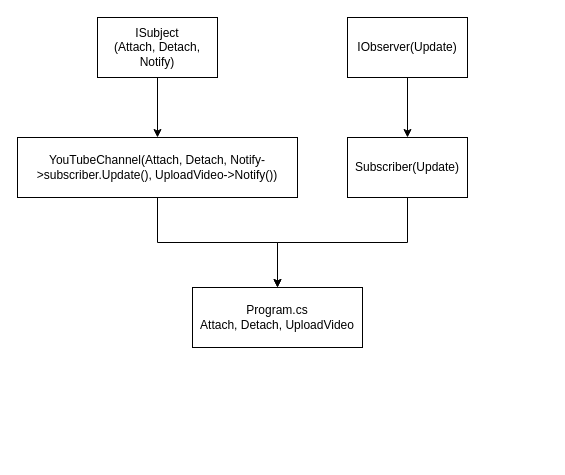
Earlier version of the draw.io diagram 2026/January/VUCA_Aggregation/Untitled Diagram.drawio (sbindgithub/dev-journal). Source tidied: cells renumbered, new cells numbered last; positions are measured from the earlier drawing's top-left corner, leaving out a move shared by most shapes. Both pictures are drawn from the tidied source at 100%, with x=0, y=0 at pixel (17, 17).
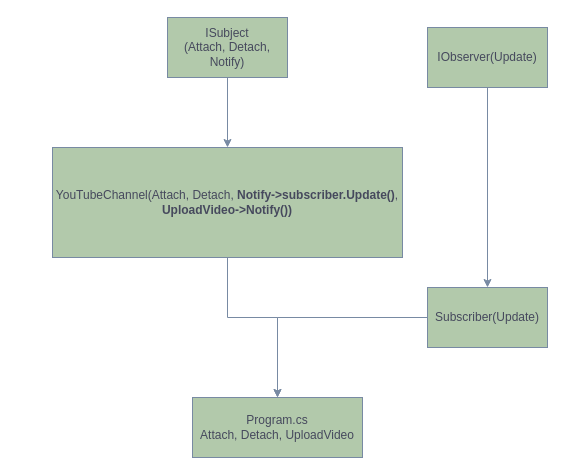
After the change.

Diff of the diagram source:
```diff
@@
 <mxGraphModel>
   <root>
     <mxCell id="0" />
     <mxCell id="1" parent="0" />
-    <mxCell id="2" style="edgeStyle=orthogonalEdgeStyle;rounded=0;jettySize=auto;html=1;" parent="1" edge="1" source="3" target="9">
+    <mxCell id="2" style="edgeStyle=orthogonalEdgeStyle;rounded=0;jettySize=auto;html=1;labelBackgroundColor=none;strokeColor=#788AA3;fontColor=default;" parent="1" edge="1" source="3" target="9">
       <mxGeometry relative="1" as="geometry" />
     </mxCell>
-    <mxCell id="3" value="ISubject&lt;div&gt;(Attach, Detach, Notify)&lt;/div&gt;" style="rounded=0;whiteSpace=wrap;html=1;" parent="1" vertex="1">
-      <mxGeometry x="80" width="120" height="60" as="geometry" />
+    <mxCell id="3" value="ISubject&lt;div&gt;(Attach, Detach, Notify)&lt;/div&gt;" style="rounded=0;whiteSpace=wrap;html=1;labelBackgroundColor=none;fillColor=#B2C9AB;strokeColor=#788AA3;fontColor=#46495D;" parent="1" vertex="1">
+      <mxGeometry x="150" width="120" height="60" as="geometry" />
     </mxCell>
-    <mxCell id="4" style="edgeStyle=orthogonalEdgeStyle;rounded=0;jettySize=auto;html=1;" parent="1" edge="1" source="5" target="7">
+    <mxCell id="4" style="edgeStyle=orthogonalEdgeStyle;rounded=0;jettySize=auto;html=1;labelBackgroundColor=none;strokeColor=#788AA3;fontColor=default;" parent="1" edge="1" source="5" target="7">
       <mxGeometry relative="1" as="geometry" />
     </mxCell>
-    <mxCell id="5" value="IObserver(Update)" style="rounded=0;whiteSpace=wrap;html=1;" parent="1" vertex="1">
-      <mxGeometry x="330" width="120" height="60" as="geometry" />
+    <mxCell id="5" value="IObserver(Update)" style="rounded=0;whiteSpace=wrap;html=1;labelBackgroundColor=none;fillColor=#B2C9AB;strokeColor=#788AA3;fontColor=#46495D;" parent="1" vertex="1">
+      <mxGeometry x="410" y="10" width="120" height="60" as="geometry" />
     </mxCell>
-    <mxCell id="6" style="edgeStyle=orthogonalEdgeStyle;rounded=0;jettySize=auto;html=1;entryX=0.5;entryY=0;entryDx=0;entryDy=0;" parent="1" edge="1" source="7" target="10">
+    <mxCell id="6" style="edgeStyle=orthogonalEdgeStyle;rounded=0;jettySize=auto;html=1;entryX=0.5;entryY=0;entryDx=0;entryDy=0;labelBackgroundColor=none;strokeColor=#788AA3;fontColor=default;" parent="1" edge="1" source="7" target="10">
       <mxGeometry relative="1" as="geometry" />
     </mxCell>
-    <mxCell id="7" value="Subscriber(Update)" style="rounded=0;whiteSpace=wrap;html=1;" parent="1" vertex="1">
-      <mxGeometry x="330" y="120" width="120" height="60" as="geometry" />
+    <mxCell id="7" value="Subscriber(Update)" style="rounded=0;whiteSpace=wrap;html=1;labelBackgroundColor=none;fillColor=#B2C9AB;strokeColor=#788AA3;fontColor=#46495D;" parent="1" vertex="1">
+      <mxGeometry x="410" y="270" width="120" height="60" as="geometry" />
     </mxCell>
-    <mxCell id="8" style="edgeStyle=orthogonalEdgeStyle;rounded=0;jettySize=auto;html=1;" parent="1" edge="1" source="9" target="10">
-      <mxGeometry relative="1" as="geometry" />
+    <mxCell id="8" style="edgeStyle=orthogonalEdgeStyle;rounded=0;jettySize=auto;html=1;labelBackgroundColor=none;strokeColor=#788AA3;fontColor=default;" parent="1" edge="1" source="9" target="10">
+      <mxGeometry relative="1" as="geometry">
+        <Array as="points">
+          <mxPoint x="210" y="300" />
+          <mxPoint x="260" y="300" />
+        </Array>
+      </mxGeometry>
     </mxCell>
-    <mxCell id="9" value="YouTubeChannel(Attach, Detach, Notify-&amp;gt;subscriber.Update(), UploadVideo-&amp;gt;Notify())" style="rounded=0;whiteSpace=wrap;html=1;" parent="1" vertex="1">
-      <mxGeometry y="120" width="280" height="60" as="geometry" />
+    <mxCell id="9" value="YouTubeChannel(Attach, Detach,&lt;b&gt; Notify-&amp;gt;subscriber.Update()&lt;/b&gt;, &lt;b&gt;UploadVideo-&amp;gt;Notify())&lt;/b&gt;" style="rounded=0;whiteSpace=wrap;html=1;labelBackgroundColor=none;fillColor=#B2C9AB;strokeColor=#788AA3;fontColor=#46495D;" parent="1" vertex="1">
+      <mxGeometry x="35" y="130" width="350" height="110" as="geometry" />
     </mxCell>
-    <mxCell id="10" value="Program.cs&lt;div&gt;Attach, Detach, UploadVideo&lt;/div&gt;" style="rounded=0;whiteSpace=wrap;html=1;" parent="1" vertex="1">
-      <mxGeometry x="175" y="270" width="170" height="60" as="geometry" />
+    <mxCell id="10" value="Program.cs&lt;div&gt;Attach, Detach, UploadVideo&lt;/div&gt;" style="rounded=0;whiteSpace=wrap;html=1;labelBackgroundColor=none;fillColor=#B2C9AB;strokeColor=#788AA3;fontColor=#46495D;" parent="1" vertex="1">
+      <mxGeometry x="175" y="380" width="170" height="60" as="geometry" />
     </mxCell>
   </root>
 </mxGraphModel>
```
